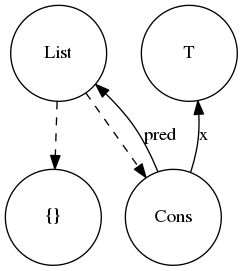
Above: talk/img/list.png in landerlo/stacc (Graphviz), before the change. Its source is kept beside it as talk/img/list.dot. Its diagram source:
```dot
digraph List {
splines=true

edge [len = 4]

node [shape=circle, width=1]

Nil [label=<<b>{}</b>>, labelfontcolor=red]

List -> Cons [style = "dashed"]
List -> Nil [style = "dashed"]
Cons -> List [label="pred", constraint=false, labelfontcolor="red"]
Cons -> T [label="x", constraint=false, labelfontcolor="red"]

}
```
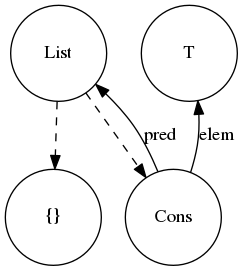
After the change.

Change to the diagram source:
```diff
@@ -10,6 +10,6 @@
 List -> Cons [style = "dashed"]
 List -> Nil [style = "dashed"]
 Cons -> List [label="pred", constraint=false, labelfontcolor="red"]
-Cons -> T [label="x", constraint=false, labelfontcolor="red"]
+Cons -> T [label="elem", constraint=false, labelfontcolor="red"]
 
 }
```
